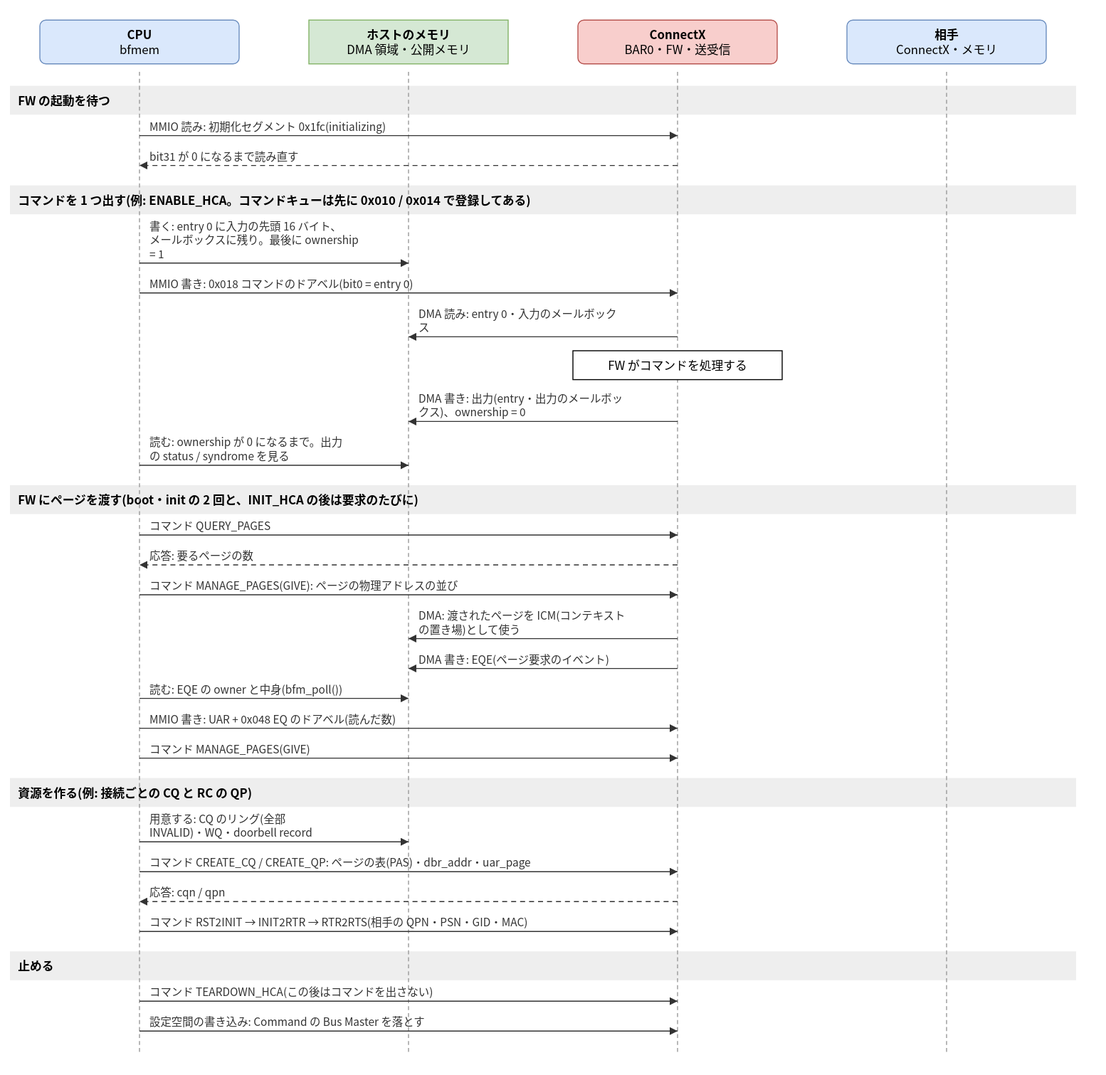
Before: doc/spec/images/hw_ladder_boot.drawio.svg, a diagram exported from draw.io (hf355051012-ai/bfmem). Source tidied: cells renumbered, new cells last; positions are measured from the earlier drawing's top-left corner, leaving out a move shared by most shapes.
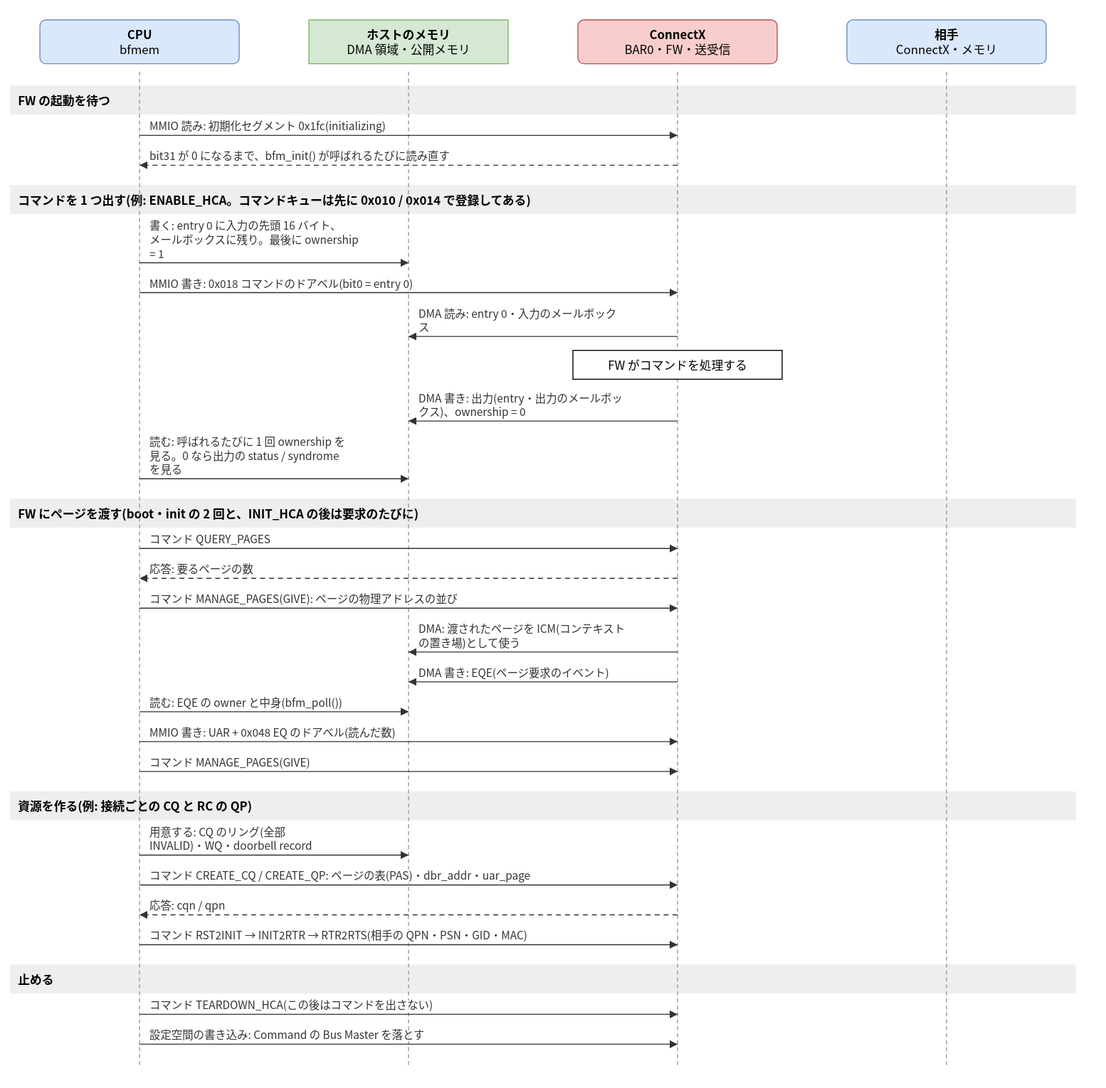
The same diagram one commit later.

Change to the diagram source:
```diff
@@ -24,87 +24,87 @@
       <mxGeometry x="565" y="332" width="210" height="29" as="geometry" />
     </mxCell>
     <mxCell id="9" value="FW にページを渡す(boot・init の 2 回と、INIT_HCA の後は要求のたびに)" style="rounded=0;whiteSpace=wrap;html=1;fillColor=#eeeeee;strokeColor=none;align=left;spacingLeft=8;fontStyle=1;" parent="1" vertex="1">
-      <mxGeometry y="467" width="1070" height="29" as="geometry" />
+      <mxGeometry y="481" width="1070" height="29" as="geometry" />
     </mxCell>
     <mxCell id="10" value="資源を作る(例: 接続ごとの CQ と RC の QP)" style="rounded=0;whiteSpace=wrap;html=1;fillColor=#eeeeee;strokeColor=none;align=left;spacingLeft=8;fontStyle=1;" parent="1" vertex="1">
-      <mxGeometry y="761" width="1070" height="29" as="geometry" />
+      <mxGeometry y="775" width="1070" height="29" as="geometry" />
     </mxCell>
     <mxCell id="11" value="止める" style="rounded=0;whiteSpace=wrap;html=1;fillColor=#eeeeee;strokeColor=none;align=left;spacingLeft=8;fontStyle=1;" parent="1" vertex="1">
-      <mxGeometry y="935" width="1070" height="29" as="geometry" />
+      <mxGeometry y="949" width="1070" height="29" as="geometry" />
     </mxCell>
     <mxCell id="12" style="shape=line;direction=south;html=1;dashed=1;strokeColor=#999999;" parent="1" vertex="1">
-      <mxGeometry x="125" y="52" width="10" height="987" as="geometry" />
+      <mxGeometry x="125" y="52" width="10" height="1001" as="geometry" />
     </mxCell>
     <mxCell id="13" style="shape=line;direction=south;html=1;dashed=1;strokeColor=#999999;" parent="1" vertex="1">
-      <mxGeometry x="395" y="52" width="10" height="987" as="geometry" />
+      <mxGeometry x="395" y="52" width="10" height="1001" as="geometry" />
     </mxCell>
     <mxCell id="14" style="shape=line;direction=south;html=1;dashed=1;strokeColor=#999999;" parent="1" vertex="1">
-      <mxGeometry x="665" y="52" width="10" height="987" as="geometry" />
+      <mxGeometry x="665" y="52" width="10" height="1001" as="geometry" />
     </mxCell>
     <mxCell id="15" style="shape=line;direction=south;html=1;dashed=1;strokeColor=#999999;" parent="1" vertex="1">
-      <mxGeometry x="935" y="52" width="10" height="987" as="geometry" />
+      <mxGeometry x="935" y="52" width="10" height="1001" as="geometry" />
     </mxCell>
-    <mxCell id="16" value="MMIO 読み: 初期化セグメント 0x1fc(initializing)" style="edgeStyle=none;html=1;rounded=0;endArrow=block;endFill=1;exitX=0.5000;exitY=0.0648;exitDx=0;exitDy=0;exitPerimeter=0;entryX=0.5000;entryY=0.0648;entryDx=0;entryDy=0;entryPerimeter=0;" parent="1" edge="1" source="12" target="14">
+    <mxCell id="16" value="MMIO 読み: 初期化セグメント 0x1fc(initializing)" style="edgeStyle=none;html=1;rounded=0;endArrow=block;endFill=1;exitX=0.5000;exitY=0.0639;exitDx=0;exitDy=0;exitPerimeter=0;entryX=0.5000;entryY=0.0639;entryDx=0;entryDy=0;entryPerimeter=0;" parent="1" edge="1" source="12" target="14">
       <mxGeometry relative="1" as="geometry" />
     </mxCell>
-    <mxCell id="17" value="bit31 が 0 になるまで読み直す" style="edgeStyle=none;html=1;rounded=0;endArrow=block;endFill=1;exitX=0.5000;exitY=0.0952;exitDx=0;exitDy=0;exitPerimeter=0;entryX=0.5000;entryY=0.0952;entryDx=0;entryDy=0;entryPerimeter=0;dashed=1;" parent="1" edge="1" source="14" target="12">
+    <mxCell id="17" value="bit31 が 0 になるまで、bfm_init() が呼ばれるたびに読み直す" style="edgeStyle=none;html=1;rounded=0;endArrow=block;endFill=1;exitX=0.5000;exitY=0.0939;exitDx=0;exitDy=0;exitPerimeter=0;entryX=0.5000;entryY=0.0939;entryDx=0;entryDy=0;entryPerimeter=0;dashed=1;" parent="1" edge="1" source="14" target="12">
       <mxGeometry relative="1" as="geometry" />
     </mxCell>
-    <mxCell id="18" value="書く: entry 0 に入力の先頭 16 バイト、&lt;br&gt;メールボックスに残り。最後に ownership&lt;br&gt;= 1" style="edgeStyle=none;html=1;rounded=0;endArrow=block;endFill=1;exitX=0.5000;exitY=0.1945;exitDx=0;exitDy=0;exitPerimeter=0;entryX=0.5000;entryY=0.1945;entryDx=0;entryDy=0;entryPerimeter=0;" parent="1" edge="1" source="12" target="13">
+    <mxCell id="18" value="書く: entry 0 に入力の先頭 16 バイト、&lt;br&gt;メールボックスに残り。最後に ownership&lt;br&gt;= 1" style="edgeStyle=none;html=1;rounded=0;endArrow=block;endFill=1;exitX=0.5000;exitY=0.1918;exitDx=0;exitDy=0;exitPerimeter=0;entryX=0.5000;entryY=0.1918;entryDx=0;entryDy=0;entryPerimeter=0;" parent="1" edge="1" source="12" target="13">
       <mxGeometry relative="1" as="geometry" />
     </mxCell>
-    <mxCell id="19" value="MMIO 書き: 0x018 コマンドのドアベル(bit0 = entry 0)" style="edgeStyle=none;html=1;rounded=0;endArrow=block;endFill=1;exitX=0.5000;exitY=0.2249;exitDx=0;exitDy=0;exitPerimeter=0;entryX=0.5000;entryY=0.2249;entryDx=0;entryDy=0;entryPerimeter=0;" parent="1" edge="1" source="12" target="14">
+    <mxCell id="19" value="MMIO 書き: 0x018 コマンドのドアベル(bit0 = entry 0)" style="edgeStyle=none;html=1;rounded=0;endArrow=block;endFill=1;exitX=0.5000;exitY=0.2218;exitDx=0;exitDy=0;exitPerimeter=0;entryX=0.5000;entryY=0.2218;entryDx=0;entryDy=0;entryPerimeter=0;" parent="1" edge="1" source="12" target="14">
       <mxGeometry relative="1" as="geometry" />
     </mxCell>
-    <mxCell id="20" value="DMA 読み: entry 0・入力のメールボック&lt;br&gt;ス" style="edgeStyle=none;html=1;rounded=0;endArrow=block;endFill=1;exitX=0.5000;exitY=0.2695;exitDx=0;exitDy=0;exitPerimeter=0;entryX=0.5000;entryY=0.2695;entryDx=0;entryDy=0;entryPerimeter=0;" parent="1" edge="1" source="14" target="13">
+    <mxCell id="20" value="DMA 読み: entry 0・入力のメールボック&lt;br&gt;ス" style="edgeStyle=none;html=1;rounded=0;endArrow=block;endFill=1;exitX=0.5000;exitY=0.2657;exitDx=0;exitDy=0;exitPerimeter=0;entryX=0.5000;entryY=0.2657;entryDx=0;entryDy=0;entryPerimeter=0;" parent="1" edge="1" source="14" target="13">
       <mxGeometry relative="1" as="geometry" />
     </mxCell>
-    <mxCell id="21" value="DMA 書き: 出力(entry・出力のメールボッ&lt;br&gt;クス)、ownership = 0" style="edgeStyle=none;html=1;rounded=0;endArrow=block;endFill=1;exitX=0.5000;exitY=0.3556;exitDx=0;exitDy=0;exitPerimeter=0;entryX=0.5000;entryY=0.3556;entryDx=0;entryDy=0;entryPerimeter=0;" parent="1" edge="1" source="14" target="13">
+    <mxCell id="21" value="DMA 書き: 出力(entry・出力のメールボッ&lt;br&gt;クス)、ownership = 0" style="edgeStyle=none;html=1;rounded=0;endArrow=block;endFill=1;exitX=0.5000;exitY=0.3506;exitDx=0;exitDy=0;exitPerimeter=0;entryX=0.5000;entryY=0.3506;entryDx=0;entryDy=0;entryPerimeter=0;" parent="1" edge="1" source="14" target="13">
       <mxGeometry relative="1" as="geometry" />
     </mxCell>
-    <mxCell id="22" value="読む: ownership が 0 になるまで。出力&lt;br&gt;の status / syndrome を見る" style="edgeStyle=none;html=1;rounded=0;endArrow=block;endFill=1;exitX=0.5000;exitY=0.4002;exitDx=0;exitDy=0;exitPerimeter=0;entryX=0.5000;entryY=0.4002;entryDx=0;entryDy=0;entryPerimeter=0;" parent="1" edge="1" source="12" target="13">
+    <mxCell id="22" value="読む: 呼ばれるたびに 1 回 ownership を&lt;br&gt;見る。0 なら出力の status / syndrome&lt;br&gt;を見る" style="edgeStyle=none;html=1;rounded=0;endArrow=block;endFill=1;exitX=0.5000;exitY=0.4086;exitDx=0;exitDy=0;exitPerimeter=0;entryX=0.5000;entryY=0.4086;entryDx=0;entryDy=0;entryPerimeter=0;" parent="1" edge="1" source="12" target="13">
       <mxGeometry relative="1" as="geometry" />
     </mxCell>
-    <mxCell id="23" value="コマンド QUERY_PAGES" style="edgeStyle=none;html=1;rounded=0;endArrow=block;endFill=1;exitX=0.5000;exitY=0.4711;exitDx=0;exitDy=0;exitPerimeter=0;entryX=0.5000;entryY=0.4711;entryDx=0;entryDy=0;entryPerimeter=0;" parent="1" edge="1" source="12" target="14">
+    <mxCell id="23" value="コマンド QUERY_PAGES" style="edgeStyle=none;html=1;rounded=0;endArrow=block;endFill=1;exitX=0.5000;exitY=0.4785;exitDx=0;exitDy=0;exitPerimeter=0;entryX=0.5000;entryY=0.4785;entryDx=0;entryDy=0;entryPerimeter=0;" parent="1" edge="1" source="12" target="14">
       <mxGeometry relative="1" as="geometry" />
     </mxCell>
-    <mxCell id="24" value="応答: 要るページの数" style="edgeStyle=none;html=1;rounded=0;endArrow=block;endFill=1;exitX=0.5000;exitY=0.5015;exitDx=0;exitDy=0;exitPerimeter=0;entryX=0.5000;entryY=0.5015;entryDx=0;entryDy=0;entryPerimeter=0;dashed=1;" parent="1" edge="1" source="14" target="12">
+    <mxCell id="24" value="応答: 要るページの数" style="edgeStyle=none;html=1;rounded=0;endArrow=block;endFill=1;exitX=0.5000;exitY=0.5085;exitDx=0;exitDy=0;exitPerimeter=0;entryX=0.5000;entryY=0.5085;entryDx=0;entryDy=0;entryPerimeter=0;dashed=1;" parent="1" edge="1" source="14" target="12">
       <mxGeometry relative="1" as="geometry" />
     </mxCell>
-    <mxCell id="25" value="コマンド MANAGE_PAGES(GIVE): ページの物理アドレスの並び" style="edgeStyle=none;html=1;rounded=0;endArrow=block;endFill=1;exitX=0.5000;exitY=0.5319;exitDx=0;exitDy=0;exitPerimeter=0;entryX=0.5000;entryY=0.5319;entryDx=0;entryDy=0;entryPerimeter=0;" parent="1" edge="1" source="12" target="14">
+    <mxCell id="25" value="コマンド MANAGE_PAGES(GIVE): ページの物理アドレスの並び" style="edgeStyle=none;html=1;rounded=0;endArrow=block;endFill=1;exitX=0.5000;exitY=0.5385;exitDx=0;exitDy=0;exitPerimeter=0;entryX=0.5000;entryY=0.5385;entryDx=0;entryDy=0;entryPerimeter=0;" parent="1" edge="1" source="12" target="14">
       <mxGeometry relative="1" as="geometry" />
     </mxCell>
-    <mxCell id="26" value="DMA: 渡されたページを ICM(コンテキスト&lt;br&gt;の置き場)として使う" style="edgeStyle=none;html=1;rounded=0;endArrow=block;endFill=1;exitX=0.5000;exitY=0.5765;exitDx=0;exitDy=0;exitPerimeter=0;entryX=0.5000;entryY=0.5765;entryDx=0;entryDy=0;entryPerimeter=0;" parent="1" edge="1" source="14" target="13">
+    <mxCell id="26" value="DMA: 渡されたページを ICM(コンテキスト&lt;br&gt;の置き場)として使う" style="edgeStyle=none;html=1;rounded=0;endArrow=block;endFill=1;exitX=0.5000;exitY=0.5824;exitDx=0;exitDy=0;exitPerimeter=0;entryX=0.5000;entryY=0.5824;entryDx=0;entryDy=0;entryPerimeter=0;" parent="1" edge="1" source="14" target="13">
       <mxGeometry relative="1" as="geometry" />
     </mxCell>
-    <mxCell id="27" value="DMA 書き: EQE(ページ要求のイベント)" style="edgeStyle=none;html=1;rounded=0;endArrow=block;endFill=1;exitX=0.5000;exitY=0.6069;exitDx=0;exitDy=0;exitPerimeter=0;entryX=0.5000;entryY=0.6069;entryDx=0;entryDy=0;entryPerimeter=0;" parent="1" edge="1" source="14" target="13">
+    <mxCell id="27" value="DMA 書き: EQE(ページ要求のイベント)" style="edgeStyle=none;html=1;rounded=0;endArrow=block;endFill=1;exitX=0.5000;exitY=0.6124;exitDx=0;exitDy=0;exitPerimeter=0;entryX=0.5000;entryY=0.6124;entryDx=0;entryDy=0;entryPerimeter=0;" parent="1" edge="1" source="14" target="13">
       <mxGeometry relative="1" as="geometry" />
     </mxCell>
-    <mxCell id="28" value="読む: EQE の owner と中身(bfm_poll())" style="edgeStyle=none;html=1;rounded=0;endArrow=block;endFill=1;exitX=0.5000;exitY=0.6373;exitDx=0;exitDy=0;exitPerimeter=0;entryX=0.5000;entryY=0.6373;entryDx=0;entryDy=0;entryPerimeter=0;" parent="1" edge="1" source="12" target="13">
+    <mxCell id="28" value="読む: EQE の owner と中身(bfm_poll())" style="edgeStyle=none;html=1;rounded=0;endArrow=block;endFill=1;exitX=0.5000;exitY=0.6424;exitDx=0;exitDy=0;exitPerimeter=0;entryX=0.5000;entryY=0.6424;entryDx=0;entryDy=0;entryPerimeter=0;" parent="1" edge="1" source="12" target="13">
       <mxGeometry relative="1" as="geometry" />
     </mxCell>
-    <mxCell id="29" value="MMIO 書き: UAR + 0x048 EQ のドアベル(読んだ数)" style="edgeStyle=none;html=1;rounded=0;endArrow=block;endFill=1;exitX=0.5000;exitY=0.6677;exitDx=0;exitDy=0;exitPerimeter=0;entryX=0.5000;entryY=0.6677;entryDx=0;entryDy=0;entryPerimeter=0;" parent="1" edge="1" source="12" target="14">
+    <mxCell id="29" value="MMIO 書き: UAR + 0x048 EQ のドアベル(読んだ数)" style="edgeStyle=none;html=1;rounded=0;endArrow=block;endFill=1;exitX=0.5000;exitY=0.6723;exitDx=0;exitDy=0;exitPerimeter=0;entryX=0.5000;entryY=0.6723;entryDx=0;entryDy=0;entryPerimeter=0;" parent="1" edge="1" source="12" target="14">
       <mxGeometry relative="1" as="geometry" />
     </mxCell>
-    <mxCell id="30" value="コマンド MANAGE_PAGES(GIVE)" style="edgeStyle=none;html=1;rounded=0;endArrow=block;endFill=1;exitX=0.5000;exitY=0.6981;exitDx=0;exitDy=0;exitPerimeter=0;entryX=0.5000;entryY=0.6981;entryDx=0;entryDy=0;entryPerimeter=0;" parent="1" edge="1" source="12" target="14">
+    <mxCell id="30" value="コマンド MANAGE_PAGES(GIVE)" style="edgeStyle=none;html=1;rounded=0;endArrow=block;endFill=1;exitX=0.5000;exitY=0.7023;exitDx=0;exitDy=0;exitPerimeter=0;entryX=0.5000;entryY=0.7023;entryDx=0;entryDy=0;entryPerimeter=0;" parent="1" edge="1" source="12" target="14">
       <mxGeometry relative="1" as="geometry" />
     </mxCell>
-    <mxCell id="31" value="用意する: CQ のリング(全部&lt;br&gt;INVALID)・WQ・doorbell record" style="edgeStyle=none;html=1;rounded=0;endArrow=block;endFill=1;exitX=0.5000;exitY=0.7832;exitDx=0;exitDy=0;exitPerimeter=0;entryX=0.5000;entryY=0.7832;entryDx=0;entryDy=0;entryPerimeter=0;" parent="1" edge="1" source="12" target="13">
+    <mxCell id="31" value="用意する: CQ のリング(全部&lt;br&gt;INVALID)・WQ・doorbell record" style="edgeStyle=none;html=1;rounded=0;endArrow=block;endFill=1;exitX=0.5000;exitY=0.7862;exitDx=0;exitDy=0;exitPerimeter=0;entryX=0.5000;entryY=0.7862;entryDx=0;entryDy=0;entryPerimeter=0;" parent="1" edge="1" source="12" target="13">
       <mxGeometry relative="1" as="geometry" />
     </mxCell>
-    <mxCell id="32" value="コマンド CREATE_CQ / CREATE_QP: ページの表(PAS)・dbr_addr・uar_page" style="edgeStyle=none;html=1;rounded=0;endArrow=block;endFill=1;exitX=0.5000;exitY=0.8136;exitDx=0;exitDy=0;exitPerimeter=0;entryX=0.5000;entryY=0.8136;entryDx=0;entryDy=0;entryPerimeter=0;" parent="1" edge="1" source="12" target="14">
+    <mxCell id="32" value="コマンド CREATE_CQ / CREATE_QP: ページの表(PAS)・dbr_addr・uar_page" style="edgeStyle=none;html=1;rounded=0;endArrow=block;endFill=1;exitX=0.5000;exitY=0.8162;exitDx=0;exitDy=0;exitPerimeter=0;entryX=0.5000;entryY=0.8162;entryDx=0;entryDy=0;entryPerimeter=0;" parent="1" edge="1" source="12" target="14">
       <mxGeometry relative="1" as="geometry" />
     </mxCell>
-    <mxCell id="33" value="応答: cqn / qpn" style="edgeStyle=none;html=1;rounded=0;endArrow=block;endFill=1;exitX=0.5000;exitY=0.8440;exitDx=0;exitDy=0;exitPerimeter=0;entryX=0.5000;entryY=0.8440;entryDx=0;entryDy=0;entryPerimeter=0;dashed=1;" parent="1" edge="1" source="14" target="12">
+    <mxCell id="33" value="応答: cqn / qpn" style="edgeStyle=none;html=1;rounded=0;endArrow=block;endFill=1;exitX=0.5000;exitY=0.8462;exitDx=0;exitDy=0;exitPerimeter=0;entryX=0.5000;entryY=0.8462;entryDx=0;entryDy=0;entryPerimeter=0;dashed=1;" parent="1" edge="1" source="14" target="12">
       <mxGeometry relative="1" as="geometry" />
     </mxCell>
-    <mxCell id="34" value="コマンド RST2INIT → INIT2RTR → RTR2RTS(相手の QPN・PSN・GID・MAC)" style="edgeStyle=none;html=1;rounded=0;endArrow=block;endFill=1;exitX=0.5000;exitY=0.8744;exitDx=0;exitDy=0;exitPerimeter=0;entryX=0.5000;entryY=0.8744;entryDx=0;entryDy=0;entryPerimeter=0;" parent="1" edge="1" source="12" target="14">
+    <mxCell id="34" value="コマンド RST2INIT → INIT2RTR → RTR2RTS(相手の QPN・PSN・GID・MAC)" style="edgeStyle=none;html=1;rounded=0;endArrow=block;endFill=1;exitX=0.5000;exitY=0.8761;exitDx=0;exitDy=0;exitPerimeter=0;entryX=0.5000;entryY=0.8761;entryDx=0;entryDy=0;entryPerimeter=0;" parent="1" edge="1" source="12" target="14">
       <mxGeometry relative="1" as="geometry" />
     </mxCell>
-    <mxCell id="35" value="コマンド TEARDOWN_HCA(この後はコマンドを出さない)" style="edgeStyle=none;html=1;rounded=0;endArrow=block;endFill=1;exitX=0.5000;exitY=0.9453;exitDx=0;exitDy=0;exitPerimeter=0;entryX=0.5000;entryY=0.9453;entryDx=0;entryDy=0;entryPerimeter=0;" parent="1" edge="1" source="12" target="14">
+    <mxCell id="35" value="コマンド TEARDOWN_HCA(この後はコマンドを出さない)" style="edgeStyle=none;html=1;rounded=0;endArrow=block;endFill=1;exitX=0.5000;exitY=0.9461;exitDx=0;exitDy=0;exitPerimeter=0;entryX=0.5000;entryY=0.9461;entryDx=0;entryDy=0;entryPerimeter=0;" parent="1" edge="1" source="12" target="14">
       <mxGeometry relative="1" as="geometry" />
     </mxCell>
-    <mxCell id="36" value="設定空間の書き込み: Command の Bus Master を落とす" style="edgeStyle=none;html=1;rounded=0;endArrow=block;endFill=1;exitX=0.5000;exitY=0.9757;exitDx=0;exitDy=0;exitPerimeter=0;entryX=0.5000;entryY=0.9757;entryDx=0;entryDy=0;entryPerimeter=0;" parent="1" edge="1" source="12" target="14">
+    <mxCell id="36" value="設定空間の書き込み: Command の Bus Master を落とす" style="edgeStyle=none;html=1;rounded=0;endArrow=block;endFill=1;exitX=0.5000;exitY=0.9760;exitDx=0;exitDy=0;exitPerimeter=0;entryX=0.5000;entryY=0.9760;entryDx=0;entryDy=0;entryPerimeter=0;" parent="1" edge="1" source="12" target="14">
       <mxGeometry relative="1" as="geometry" />
     </mxCell>
   </root>
```
